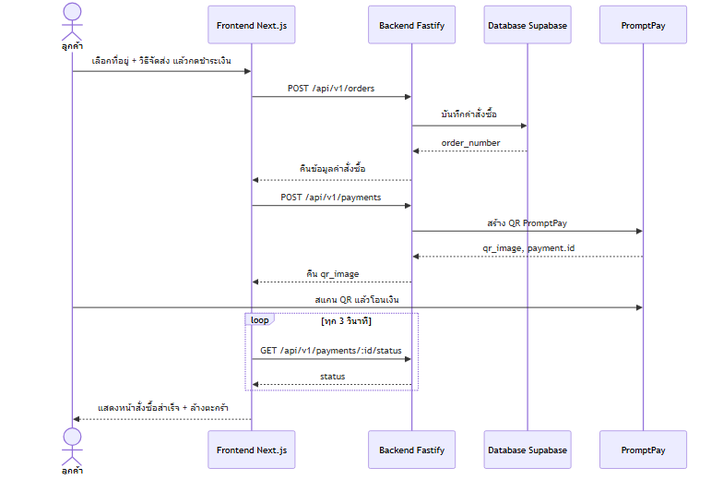
flukerzanmk5547/Project-204 keeps this Mermaid diagram as docs/diagrams/03-sequence-diagram.png. Above is the earlier version. Its source is kept beside it as docs/diagrams/03-sequence-diagram.mmd. The source it was exported from:
```mermaid
sequenceDiagram
    actor C as ลูกค้า
    participant FE as Frontend Next.js
    participant BE as Backend Fastify
    participant DB as Database Supabase
    participant PP as PromptPay
    C->>FE: เลือกที่อยู่ + วิธีจัดส่ง แล้วกดชำระเงิน
    FE->>BE: POST /api/v1/orders
    BE->>DB: บันทึกคำสั่งซื้อ
    DB-->>BE: order_number
    BE-->>FE: คืนข้อมูลคำสั่งซื้อ
    FE->>BE: POST /api/v1/payments
    BE->>PP: สร้าง QR PromptPay
    PP-->>BE: qr_image, payment.id
    BE-->>FE: คืน qr_image
    C->>PP: สแกน QR แล้วโอนเงิน
    loop ทุก 3 วินาที
        FE->>BE: GET /api/v1/payments/:id/status
        BE-->>FE: status
    end
    FE-->>C: แสดงหน้าสั่งซื้อสำเร็จ + ล้างตะกร้า
```
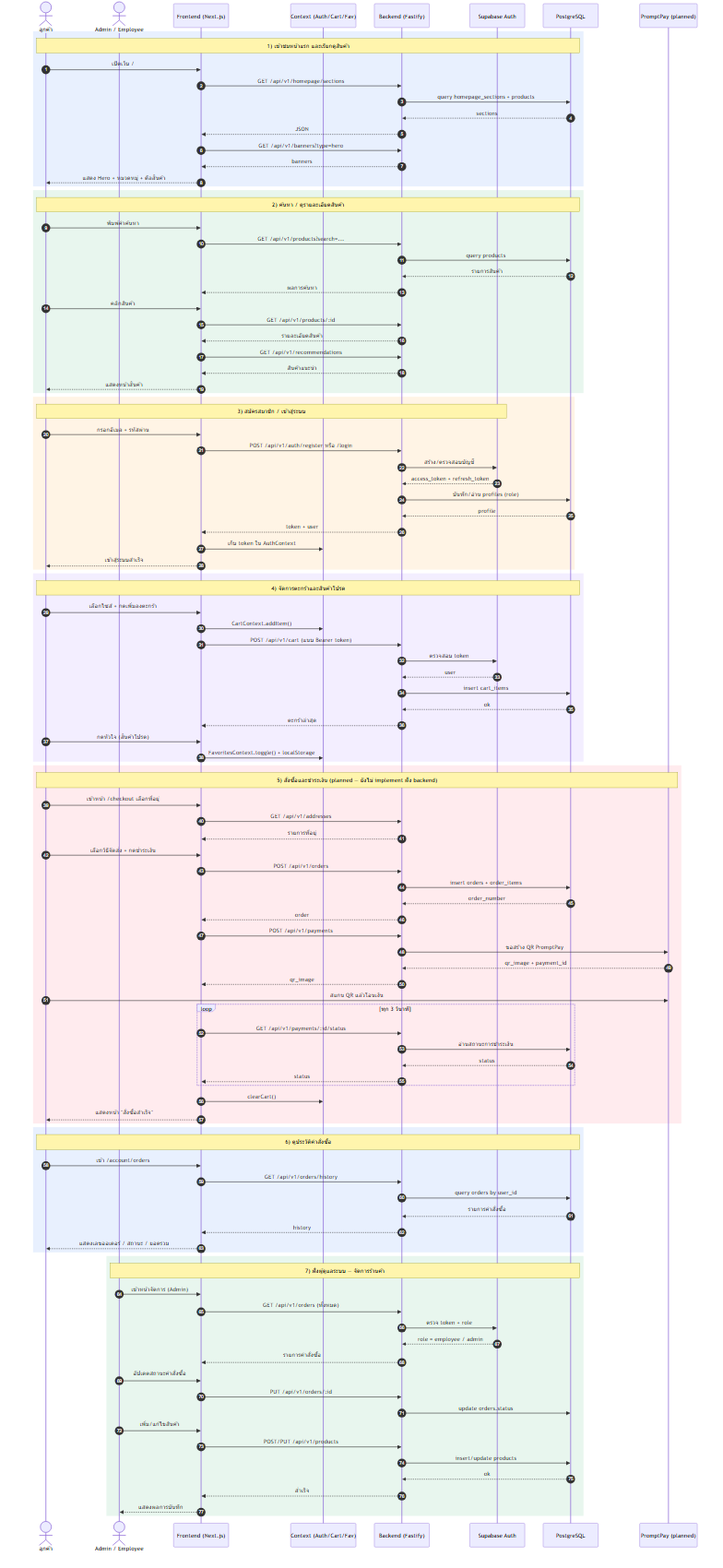
Above is the later version.

Change to the diagram source:
```diff
@@ -1,21 +1,117 @@
 sequenceDiagram
+    autonumber
     actor C as ลูกค้า
-    participant FE as Frontend Next.js
-    participant BE as Backend Fastify
-    participant DB as Database Supabase
-    participant PP as PromptPay
-    C->>FE: เลือกที่อยู่ + วิธีจัดส่ง แล้วกดชำระเงิน
+    actor A as Admin / Employee
+    participant FE as Frontend (Next.js)
+    participant CTX as Context (Auth/Cart/Fav)
+    participant BE as Backend (Fastify)
+    participant SB as Supabase Auth
+    participant DB as PostgreSQL
+    participant PP as PromptPay (planned)
+
+    rect rgb(232,240,254)
+    Note over C,DB: 1) เข้าชมหน้าแรก และเรียกดูสินค้า
+    C->>FE: เปิดเว็บ /
+    FE->>BE: GET /api/v1/homepage/sections
+    BE->>DB: query homepage_sections + products
+    DB-->>BE: sections
+    BE-->>FE: JSON
+    FE->>BE: GET /api/v1/banners?type=hero
+    BE-->>FE: banners
+    FE-->>C: แสดง Hero + หมวดหมู่ + ดีลสินค้า
+    end
+
+    rect rgb(232,246,238)
+    Note over C,DB: 2) ค้นหา / ดูรายละเอียดสินค้า
+    C->>FE: พิมพ์คำค้นหา
+    FE->>BE: GET /api/v1/products?search=...
+    BE->>DB: query products
+    DB-->>BE: รายการสินค้า
+    BE-->>FE: ผลการค้นหา
+    C->>FE: คลิกสินค้า
+    FE->>BE: GET /api/v1/products/:id
+    BE-->>FE: รายละเอียดสินค้า
+    FE->>BE: GET /api/v1/recommendations
+    BE-->>FE: สินค้าแนะนำ
+    FE-->>C: แสดงหน้าสินค้า
+    end
+
+    rect rgb(255,244,229)
+    Note over C,SB: 3) สมัครสมาชิก / เข้าสู่ระบบ
+    C->>FE: กรอกอีเมล + รหัสผ่าน
+    FE->>BE: POST /api/v1/auth/register หรือ /login
+    BE->>SB: สร้าง/ตรวจสอบบัญชี
+    SB-->>BE: access_token + refresh_token
+    BE->>DB: บันทึก/อ่าน profiles (role)
+    DB-->>BE: profile
+    BE-->>FE: token + user
+    FE->>CTX: เก็บ token ใน AuthContext
+    FE-->>C: เข้าสู่ระบบสำเร็จ
+    end
+
+    rect rgb(243,238,255)
+    Note over C,DB: 4) จัดการตะกร้าและสินค้าโปรด
+    C->>FE: เลือกไซส์ + กดเพิ่มลงตะกร้า
+    FE->>CTX: CartContext.addItem()
+    FE->>BE: POST /api/v1/cart (แนบ Bearer token)
+    BE->>SB: ตรวจสอบ token
+    SB-->>BE: user
+    BE->>DB: insert cart_items
+    DB-->>BE: ok
+    BE-->>FE: ตะกร้าล่าสุด
+    C->>FE: กดหัวใจ (สินค้าโปรด)
+    FE->>CTX: FavoritesContext.toggle() + localStorage
+    end
+
+    rect rgb(255,235,238)
+    Note over C,PP: 5) สั่งซื้อและชำระเงิน (planned — ยังไม่ implement ฝั่ง backend)
+    C->>FE: เข้าหน้า /checkout เลือกที่อยู่
+    FE->>BE: GET /api/v1/addresses
+    BE-->>FE: รายการที่อยู่
+    C->>FE: เลือกวิธีจัดส่ง + กดชำระเงิน
     FE->>BE: POST /api/v1/orders
-    BE->>DB: บันทึกคำสั่งซื้อ
+    BE->>DB: insert orders + order_items
     DB-->>BE: order_number
-    BE-->>FE: คืนข้อมูลคำสั่งซื้อ
+    BE-->>FE: order
     FE->>BE: POST /api/v1/payments
-    BE->>PP: สร้าง QR PromptPay
-    PP-->>BE: qr_image, payment.id
-    BE-->>FE: คืน qr_image
+    BE->>PP: ขอสร้าง QR PromptPay
+    PP-->>BE: qr_image + payment_id
+    BE-->>FE: qr_image
     C->>PP: สแกน QR แล้วโอนเงิน
     loop ทุก 3 วินาที
         FE->>BE: GET /api/v1/payments/:id/status
+        BE->>DB: อ่านสถานะการชำระเงิน
+        DB-->>BE: status
         BE-->>FE: status
     end
-    FE-->>C: แสดงหน้าสั่งซื้อสำเร็จ + ล้างตะกร้า
+    FE->>CTX: clearCart()
+    FE-->>C: แสดงหน้า "สั่งซื้อสำเร็จ"
+    end
+
+    rect rgb(232,240,254)
+    Note over C,DB: 6) ดูประวัติคำสั่งซื้อ
+    C->>FE: เข้า /account/orders
+    FE->>BE: GET /api/v1/orders/history
+    BE->>DB: query orders by user_id
+    DB-->>BE: รายการคำสั่งซื้อ
+    BE-->>FE: history
+    FE-->>C: แสดงเลขออเดอร์ / สถานะ / ยอดรวม
+    end
+
+    rect rgb(232,246,238)
+    Note over A,DB: 7) ฝั่งผู้ดูแลระบบ — จัดการร้านค้า
+    A->>FE: เข้าหน้าจัดการ (Admin)
+    FE->>BE: GET /api/v1/orders (ทั้งหมด)
+    BE->>SB: ตรวจ token + role
+    SB-->>BE: role = employee / admin
+    BE-->>FE: รายการคำสั่งซื้อ
+    A->>FE: อัปเดตสถานะคำสั่งซื้อ
+    FE->>BE: PUT /api/v1/orders/:id
+    BE->>DB: update orders.status
+    A->>FE: เพิ่ม/แก้ไขสินค้า
+    FE->>BE: POST/PUT /api/v1/products
+    BE->>DB: insert/update products
+    DB-->>BE: ok
+    BE-->>FE: สำเร็จ
+    FE-->>A: แสดงผลการบันทึก
+    end
```
